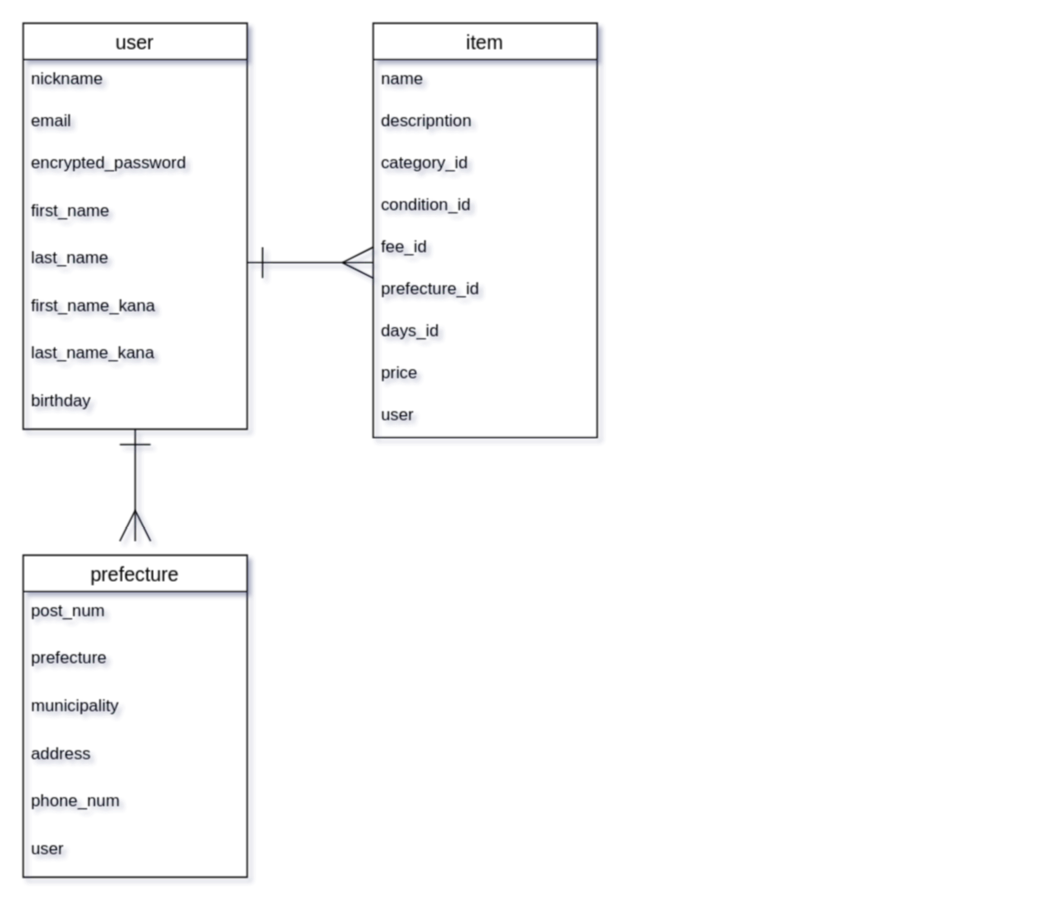
Above: test.dio in yuka7110/furima-32839 (draw.io), before the change. Source tidied: cells renumbered, new cells numbered last; positions are measured from the earlier drawing's top-left corner, leaving out a move shared by most shapes. Both pictures are drawn from the tidied source at 140%, with x=0, y=0 at pixel (22, 22).
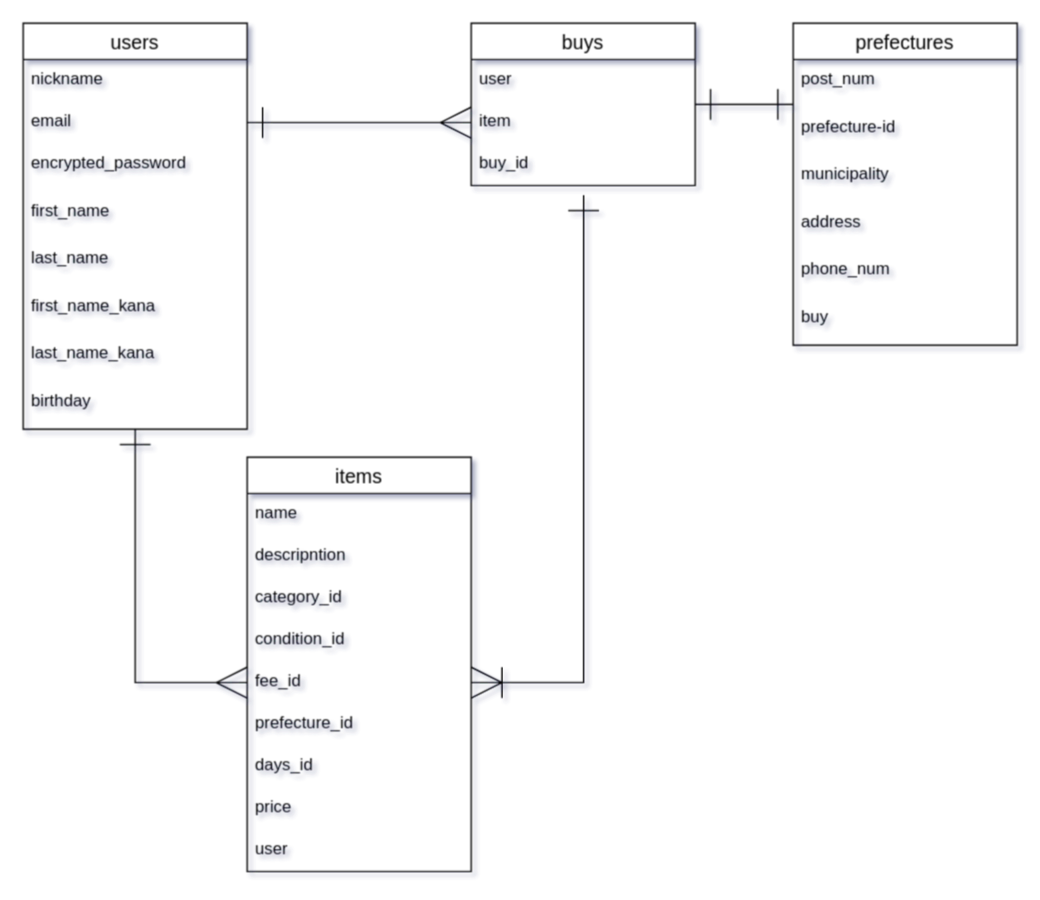
Above is the later version.

Commit message (it also covers changes not shown here):
ER図とREADMEの修正

Unchanged cells that the change refers to:
```xml
<mxCell id="7" value="fee_id" style="text;strokeColor=none;fillColor=none;spacingLeft=4;spacingRight=4;overflow=hidden;points=[[0,0.5],[1,0.5]];portConstraint=eastwest;fontSize=12;" parent="2" vertex="1">
  <mxGeometry y="146" width="160" height="30" as="geometry" />
</mxCell>
<mxCell id="15" value="email" style="text;strokeColor=none;fillColor=none;spacingLeft=4;spacingRight=4;overflow=hidden;points=[[0,0.5],[1,0.5]];portConstraint=eastwest;fontSize=12;" parent="13" vertex="1">
  <mxGeometry y="56" width="160" height="30" as="geometry" />
</mxCell>
<mxCell id="18" value="last_name" style="text;strokeColor=none;fillColor=none;spacingLeft=4;spacingRight=4;overflow=hidden;points=[[0,0.5],[1,0.5]];portConstraint=eastwest;fontSize=12;" parent="13" vertex="1">
  <mxGeometry y="154" width="160" height="34" as="geometry" />
</mxCell>
```

Diff of the diagram source:
```diff
@@
-    <mxCell id="2" value="item" style="swimlane;fontStyle=0;horizontal=1;startSize=26;align=center;fontSize=14;" parent="1" vertex="1">
-      <mxGeometry x="250" width="160" height="296" as="geometry" />
+    <mxCell id="2" value="items" style="swimlane;fontStyle=0;horizontal=1;startSize=26;align=center;fontSize=14;" parent="1" vertex="1">
+      <mxGeometry x="160" y="310" width="160" height="296" as="geometry" />
     </mxCell>
@@
-    <mxCell id="12" style="edgeStyle=orthogonalEdgeStyle;rounded=0;jettySize=auto;html=1;startArrow=ERone;startFill=0;startSize=20;endArrow=ERmany;endFill=0;endSize=20;" parent="1" edge="1" source="13">
-      <mxGeometry relative="1" as="geometry">
-        <mxPoint x="80" y="370" as="targetPoint" />
-      </mxGeometry>
-    </mxCell>
+    <mxCell id="30" style="edgeStyle=orthogonalEdgeStyle;rounded=0;jettySize=auto;html=1;entryX=0;entryY=0.5;entryDx=0;entryDy=0;startArrow=ERone;startFill=0;startSize=20;endArrow=ERmany;endFill=0;endSize=20;" parent="1" edge="1" source="13" target="7">
+      <mxGeometry relative="1" as="geometry" />
+    </mxCell>
-    <mxCell id="13" value="user" style="swimlane;fontStyle=0;horizontal=1;startSize=26;align=center;fontSize=14;" parent="1" vertex="1">
+    <mxCell id="13" value="users" style="swimlane;fontStyle=0;horizontal=1;startSize=26;align=center;fontSize=14;" parent="1" vertex="1">
       <mxGeometry width="160" height="290" as="geometry" />
     </mxCell>
@@
-    <mxCell id="22" value="prefecture" style="swimlane;fontStyle=0;horizontal=1;startSize=26;align=center;fontSize=14;" parent="1" vertex="1">
-      <mxGeometry y="380" width="160" height="230" as="geometry" />
+    <mxCell id="22" value="prefectures" style="swimlane;fontStyle=0;horizontal=1;startSize=26;align=center;fontSize=14;" parent="1" vertex="1">
+      <mxGeometry x="550" width="160" height="230" as="geometry" />
     </mxCell>
@@
-    <mxCell id="24" value="prefecture" style="text;strokeColor=none;fillColor=none;spacingLeft=4;spacingRight=4;overflow=hidden;fontSize=12;" parent="22" vertex="1">
+    <mxCell id="24" value="prefecture-id" style="text;strokeColor=none;fillColor=none;spacingLeft=4;spacingRight=4;overflow=hidden;fontSize=12;" parent="22" vertex="1">
       <mxGeometry y="60" width="160" height="34" as="geometry" />
     </mxCell>
@@
-    <mxCell id="28" value="user" style="text;strokeColor=none;fillColor=none;spacingLeft=4;spacingRight=4;overflow=hidden;fontSize=12;" parent="22" vertex="1">
+    <mxCell id="28" value="buy" style="text;strokeColor=none;fillColor=none;spacingLeft=4;spacingRight=4;overflow=hidden;fontSize=12;" parent="22" vertex="1">
       <mxGeometry y="196" width="160" height="34" as="geometry" />
     </mxCell>
-    <mxCell id="29" style="edgeStyle=orthogonalEdgeStyle;rounded=0;jettySize=auto;html=1;exitX=1;exitY=0.5;exitDx=0;exitDy=0;startArrow=ERone;startFill=0;startSize=20;endArrow=ERmany;endFill=0;endSize=20;" parent="1" edge="1" source="18">
-      <mxGeometry relative="1" as="geometry">
-        <mxPoint x="250" y="171" as="targetPoint" />
-      </mxGeometry>
-    </mxCell>
+    <mxCell id="31" style="edgeStyle=orthogonalEdgeStyle;rounded=0;jettySize=auto;html=1;startArrow=ERone;startFill=0;startSize=20;endArrow=ERone;endFill=0;endSize=20;" parent="1" edge="1" source="32">
+      <mxGeometry relative="1" as="geometry">
+        <mxPoint x="550" y="58" as="targetPoint" />
+      </mxGeometry>
+    </mxCell>
+    <mxCell id="32" value="buys" style="swimlane;fontStyle=0;horizontal=1;startSize=26;align=center;fontSize=14;" parent="1" vertex="1">
+      <mxGeometry x="320" width="160" height="116" as="geometry" />
+    </mxCell>
+    <mxCell id="33" value="user" style="text;strokeColor=none;fillColor=none;spacingLeft=4;spacingRight=4;overflow=hidden;fontSize=12;" parent="32" vertex="1">
+      <mxGeometry y="26" width="160" height="30" as="geometry" />
+    </mxCell>
+    <mxCell id="34" value="item" style="text;strokeColor=none;fillColor=none;spacingLeft=4;spacingRight=4;overflow=hidden;points=[[0,0.5],[1,0.5]];portConstraint=eastwest;fontSize=12;" parent="32" vertex="1">
+      <mxGeometry y="56" width="160" height="30" as="geometry" />
+    </mxCell>
+    <mxCell id="35" value="buy_id" style="text;strokeColor=none;fillColor=none;spacingLeft=4;spacingRight=4;overflow=hidden;points=[[0,0.5],[1,0.5]];portConstraint=eastwest;fontSize=12;" parent="32" vertex="1">
+      <mxGeometry y="86" width="160" height="30" as="geometry" />
+    </mxCell>
+    <mxCell id="36" style="edgeStyle=orthogonalEdgeStyle;rounded=0;jettySize=auto;html=1;entryX=0;entryY=0.5;entryDx=0;entryDy=0;startArrow=ERone;startFill=0;startSize=20;endArrow=ERmany;endFill=0;endSize=20;" parent="1" edge="1" source="15" target="34">
+      <mxGeometry relative="1" as="geometry" />
+    </mxCell>
+    <mxCell id="37" style="edgeStyle=orthogonalEdgeStyle;rounded=0;jettySize=auto;html=1;startArrow=ERoneToMany;startFill=0;startSize=20;endArrow=ERone;endFill=0;endSize=20;entryX=0.502;entryY=1.229;entryDx=0;entryDy=0;entryPerimeter=0;" parent="1" edge="1" source="7" target="35">
+      <mxGeometry relative="1" as="geometry">
+        <Array as="points">
+          <mxPoint x="400" y="471" />
+        </Array>
+      </mxGeometry>
+    </mxCell>
```
